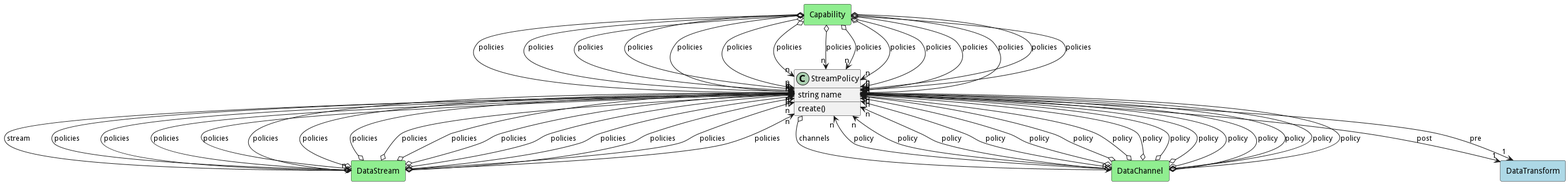
This is docs/sabr/diml/dsm/models/streampolicy/logical.png from madajaju/sabr, a PlantUML export, as it was before one commit. Source of this version:
```plantuml
@startuml

class "StreamPolicy" as Model {
 string name

 create()

}

rectangle "DataTransform" as DataTransform #lightblue {
}

Model o--> "1" DataTransform : post


rectangle "DataTransform" as DataTransform #lightblue {
}

Model o--> "1" DataTransform : pre


rectangle "DataStream" as DataStream #lightblue {
}

Model o--> "n" DataStream : stream


rectangle "DataChannel" as DataChannel #lightblue {
}

Model o--> "n" DataChannel : channels




    rectangle "Capability" as Capability #lightgreen {
    }

        Capability   o--> "n" Model : "policies"

    rectangle "DataChannel" as DataChannel #lightgreen {
    }

        DataChannel   o--> "n" Model : "policy"

    rectangle "DataStream" as DataStream #lightgreen {
    }

        DataStream   o--> "n" Model : "policies"

    rectangle "Capability" as Capability #lightgreen {
    }

        Capability   o--> "n" Model : "policies"

    rectangle "DataChannel" as DataChannel #lightgreen {
    }

        DataChannel   o--> "n" Model : "policy"

    rectangle "DataStream" as DataStream #lightgreen {
    }

        DataStream   o--> "n" Model : "policies"

    rectangle "Capability" as Capability #lightgreen {
    }

        Capability   o--> "n" Model : "policies"

    rectangle "DataChannel" as DataChannel #lightgreen {
    }

        DataChannel   o--> "n" Model : "policy"

    rectangle "DataStream" as DataStream #lightgreen {
    }

        DataStream   o--> "n" Model : "policies"

    rectangle "Capability" as Capability #lightgreen {
    }

        Capability   o--> "n" Model : "policies"

    rectangle "DataChannel" as DataChannel #lightgreen {
    }

        DataChannel   o--> "n" Model : "policy"

    rectangle "DataStream" as DataStream #lightgreen {
    }

        DataStream   o--> "n" Model : "policies"

    rectangle "Capability" as Capability #lightgreen {
    }

        Capability   o--> "n" Model : "policies"

    rectangle "DataChannel" as DataChannel #lightgreen {
    }

        DataChannel   o--> "n" Model : "policy"

    rectangle "DataStream" as DataStream #lightgreen {
    }

        DataStream   o--> "n" Model : "policies"

    rectangle "Capability" as Capability #lightgreen {
    }

        Capability   o--> "n" Model : "policies"

    rectangle "DataChannel" as DataChannel #lightgreen {
    }

        DataChannel   o--> "n" Model : "policy"

    rectangle "DataStream" as DataStream #lightgreen {
    }

        DataStream   o--> "n" Model : "policies"

    rectangle "Capability" as Capability #lightgreen {
    }

        Capability   o--> "n" Model : "policies"

    rectangle "DataChannel" as DataChannel #lightgreen {
    }

        DataChannel   o--> "n" Model : "policy"

    rectangle "DataStream" as DataStream #lightgreen {
    }

        DataStream   o--> "n" Model : "policies"

    rectangle "Capability" as Capability #lightgreen {
    }

        Capability   o--> "n" Model : "policies"

    rectangle "DataChannel" as DataChannel #lightgreen {
    }

        DataChannel   o--> "n" Model : "policy"

    rectangle "DataStream" as DataStream #lightgreen {
    }

        DataStream   o--> "n" Model : "policies"

    rectangle "Capability" as Capability #lightgreen {
    }

        Capability   o--> "n" Model : "policies"

    rectangle "DataChannel" as DataChannel #lightgreen {
    }

        DataChannel   o--> "n" Model : "policy"

    rectangle "DataStream" as DataStream #lightgreen {
    }

        DataStream   o--> "n" Model : "policies"

    rectangle "Capability" as Capability #lightgreen {
    }

        Capability   o--> "n" Model : "policies"

    rectangle "DataChannel" as DataChannel #lightgreen {
    }

        DataChannel   o--> "n" Model : "policy"

    rectangle "DataStream" as DataStream #lightgreen {
    }

        DataStream   o--> "n" Model : "policies"

    rectangle "Capability" as Capability #lightgreen {
    }

        Capability   o--> "n" Model : "policies"

    rectangle "DataChannel" as DataChannel #lightgreen {
    }

        DataChannel   o--> "n" Model : "policy"

    rectangle "DataStream" as DataStream #lightgreen {
    }

        DataStream   o--> "n" Model : "policies"

    rectangle "Capability" as Capability #lightgreen {
    }

        Capability   o--> "n" Model : "policies"

    rectangle "DataChannel" as DataChannel #lightgreen {
    }

        DataChannel   o--> "n" Model : "policy"

    rectangle "DataStream" as DataStream #lightgreen {
    }

        DataStream   o--> "n" Model : "policies"

    rectangle "Capability" as Capability #lightgreen {
    }

        Capability   o--> "n" Model : "policies"

    rectangle "DataChannel" as DataChannel #lightgreen {
    }

        DataChannel   o--> "n" Model : "policy"

    rectangle "DataStream" as DataStream #lightgreen {
    }

        DataStream   o--> "n" Model : "policies"

    rectangle "Capability" as Capability #lightgreen {
    }

        Capability   o--> "n" Model : "policies"

    rectangle "DataChannel" as DataChannel #lightgreen {
    }

        DataChannel   o--> "n" Model : "policy"

    rectangle "DataStream" as DataStream #lightgreen {
    }

        DataStream   o--> "n" Model : "policies"

    rectangle "Capability" as Capability #lightgreen {
    }

        Capability   o--> "n" Model : "policies"

    rectangle "DataChannel" as DataChannel #lightgreen {
    }

        DataChannel   o--> "n" Model : "policy"

    rectangle "DataStream" as DataStream #lightgreen {
    }

        DataStream   o--> "n" Model : "policies"


@enduml
```
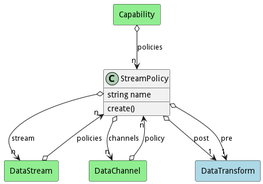
Later version of the same file.

What changed in the source:
```diff
@@ -48,215 +48,5 @@
 
         DataStream   o--> "n" Model : "policies"
 
-    rectangle "Capability" as Capability #lightgreen {
-    }
-
-        Capability   o--> "n" Model : "policies"
-
-    rectangle "DataChannel" as DataChannel #lightgreen {
-    }
-
-        DataChannel   o--> "n" Model : "policy"
-
-    rectangle "DataStream" as DataStream #lightgreen {
-    }
-
-        DataStream   o--> "n" Model : "policies"
-
-    rectangle "Capability" as Capability #lightgreen {
-    }
-
-        Capability   o--> "n" Model : "policies"
-
-    rectangle "DataChannel" as DataChannel #lightgreen {
-    }
-
-        DataChannel   o--> "n" Model : "policy"
-
-    rectangle "DataStream" as DataStream #lightgreen {
-    }
-
-        DataStream   o--> "n" Model : "policies"
-
-    rectangle "Capability" as Capability #lightgreen {
-    }
-
-        Capability   o--> "n" Model : "policies"
-
-    rectangle "DataChannel" as DataChannel #lightgreen {
-    }
-
-        DataChannel   o--> "n" Model : "policy"
-
-    rectangle "DataStream" as DataStream #lightgreen {
-    }
-
-        DataStream   o--> "n" Model : "policies"
-
-    rectangle "Capability" as Capability #lightgreen {
-    }
-
-        Capability   o--> "n" Model : "policies"
-
-    rectangle "DataChannel" as DataChannel #lightgreen {
-    }
-
-        DataChannel   o--> "n" Model : "policy"
-
-    rectangle "DataStream" as DataStream #lightgreen {
-    }
-
-        DataStream   o--> "n" Model : "policies"
-
-    rectangle "Capability" as Capability #lightgreen {
-    }
-
-        Capability   o--> "n" Model : "policies"
-
-    rectangle "DataChannel" as DataChannel #lightgreen {
-    }
-
-        DataChannel   o--> "n" Model : "policy"
-
-    rectangle "DataStream" as DataStream #lightgreen {
-    }
-
-        DataStream   o--> "n" Model : "policies"
-
-    rectangle "Capability" as Capability #lightgreen {
-    }
-
-        Capability   o--> "n" Model : "policies"
-
-    rectangle "DataChannel" as DataChannel #lightgreen {
-    }
-
-        DataChannel   o--> "n" Model : "policy"
-
-    rectangle "DataStream" as DataStream #lightgreen {
-    }
-
-        DataStream   o--> "n" Model : "policies"
-
-    rectangle "Capability" as Capability #lightgreen {
-    }
-
-        Capability   o--> "n" Model : "policies"
-
-    rectangle "DataChannel" as DataChannel #lightgreen {
-    }
-
-        DataChannel   o--> "n" Model : "policy"
-
-    rectangle "DataStream" as DataStream #lightgreen {
-    }
-
-        DataStream   o--> "n" Model : "policies"
-
-    rectangle "Capability" as Capability #lightgreen {
-    }
-
-        Capability   o--> "n" Model : "policies"
-
-    rectangle "DataChannel" as DataChannel #lightgreen {
-    }
-
-        DataChannel   o--> "n" Model : "policy"
-
-    rectangle "DataStream" as DataStream #lightgreen {
-    }
-
-        DataStream   o--> "n" Model : "policies"
-
-    rectangle "Capability" as Capability #lightgreen {
-    }
-
-        Capability   o--> "n" Model : "policies"
-
-    rectangle "DataChannel" as DataChannel #lightgreen {
-    }
-
-        DataChannel   o--> "n" Model : "policy"
-
-    rectangle "DataStream" as DataStream #lightgreen {
-    }
-
-        DataStream   o--> "n" Model : "policies"
-
-    rectangle "Capability" as Capability #lightgreen {
-    }
-
-        Capability   o--> "n" Model : "policies"
-
-    rectangle "DataChannel" as DataChannel #lightgreen {
-    }
-
-        DataChannel   o--> "n" Model : "policy"
-
-    rectangle "DataStream" as DataStream #lightgreen {
-    }
-
-        DataStream   o--> "n" Model : "policies"
-
-    rectangle "Capability" as Capability #lightgreen {
-    }
-
-        Capability   o--> "n" Model : "policies"
-
-    rectangle "DataChannel" as DataChannel #lightgreen {
-    }
-
-        DataChannel   o--> "n" Model : "policy"
-
-    rectangle "DataStream" as DataStream #lightgreen {
-    }
-
-        DataStream   o--> "n" Model : "policies"
-
-    rectangle "Capability" as Capability #lightgreen {
-    }
-
-        Capability   o--> "n" Model : "policies"
-
-    rectangle "DataChannel" as DataChannel #lightgreen {
-    }
-
-        DataChannel   o--> "n" Model : "policy"
-
-    rectangle "DataStream" as DataStream #lightgreen {
-    }
-
-        DataStream   o--> "n" Model : "policies"
-
-    rectangle "Capability" as Capability #lightgreen {
-    }
-
-        Capability   o--> "n" Model : "policies"
-
-    rectangle "DataChannel" as DataChannel #lightgreen {
-    }
-
-        DataChannel   o--> "n" Model : "policy"
-
-    rectangle "DataStream" as DataStream #lightgreen {
-    }
-
-        DataStream   o--> "n" Model : "policies"
-
-    rectangle "Capability" as Capability #lightgreen {
-    }
-
-        Capability   o--> "n" Model : "policies"
-
-    rectangle "DataChannel" as DataChannel #lightgreen {
-    }
-
-        DataChannel   o--> "n" Model : "policy"
-
-    rectangle "DataStream" as DataStream #lightgreen {
-    }
-
-        DataStream   o--> "n" Model : "policies"
-
 
 @enduml
```
